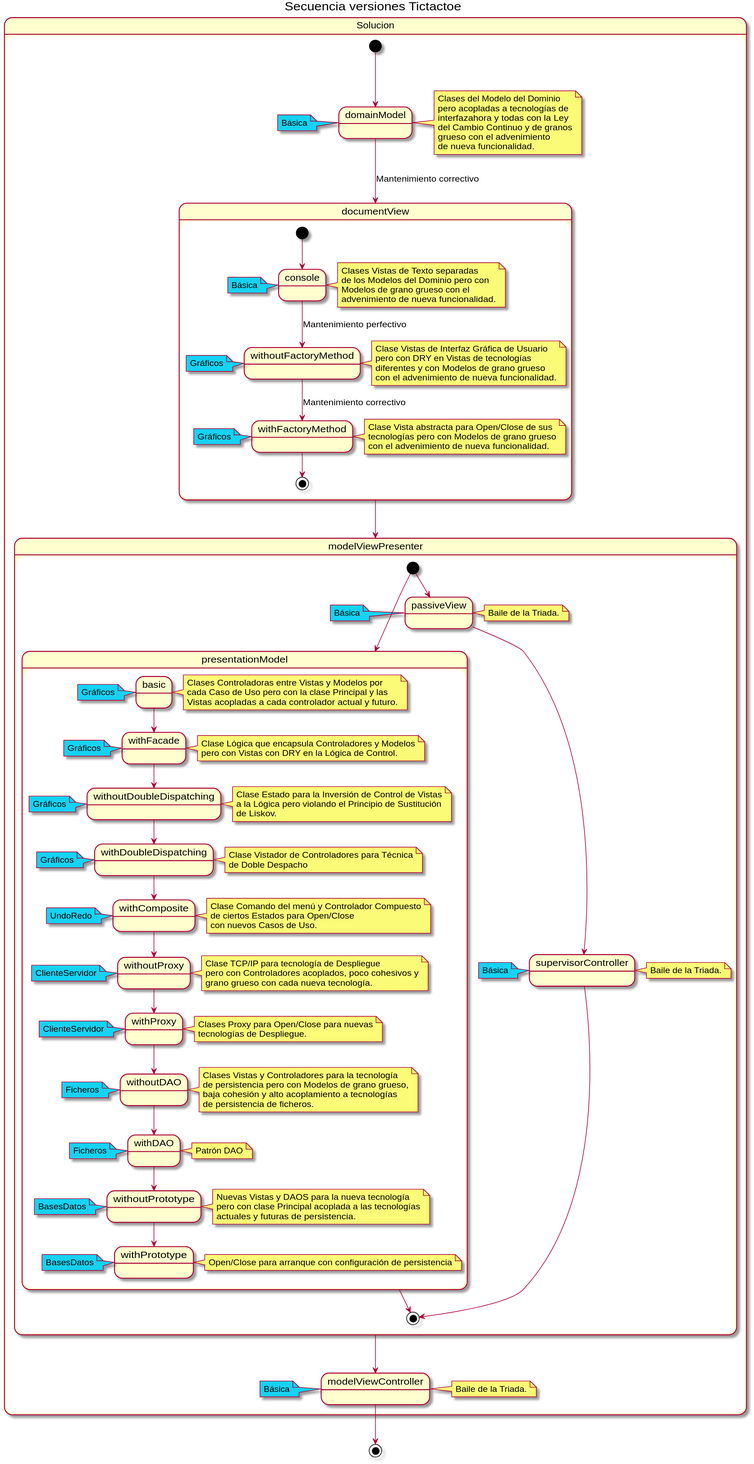
The PlantUML diagram docs/diagrams/out/Mastermind/Mastermind.svg in SantaTecla-mastermind/solution.java.swing.socket.sql, before a commit.
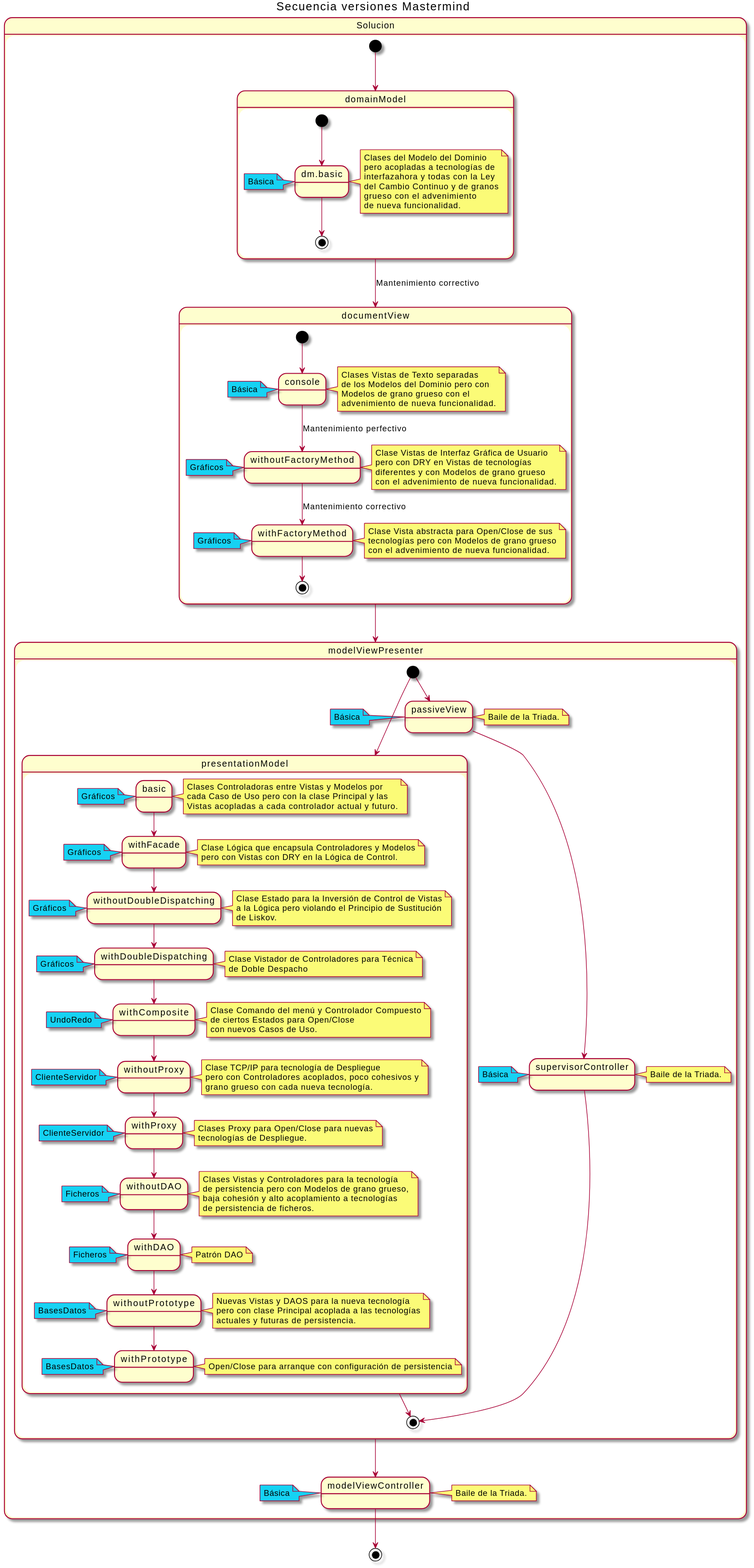
Later version of the same file.

Commit message:
Diagrama versiones

Diff of the diagram source:
```diff
@@ -1,11 +1,19 @@
 @startuml
-title Secuencia versiones Tictactoe
+title Secuencia versiones Mastermind
 
 state Solucion {
 [*] --> domainModel
 
-state domainModel
+state domainModel{
+[*] --> dm.basic
+    state dm.basic
 note right: Clases del Modelo del Dominio\npero acopladas a tecnologías de\ninterfazahora y todas con la Ley\ndel Cambio Continuo y de granos\ngrueso con el advenimiento\nde nueva funcionalidad.
+note left of dm.basic #15D2F3
+  Básica
+end note
+dm.basic -->[*]
+}
+
 state documentView
 state modelViewPresenter
  note left of modelViewController #15D2F3
@@ -13,9 +21,7 @@
 end note
 state modelViewController
 note right: Baile de la Triada.
- note left of domainModel #15D2F3
-  Básica
-end note
+
 domainModel --> documentView:Mantenimiento correctivo
 
 state documentView {
```
